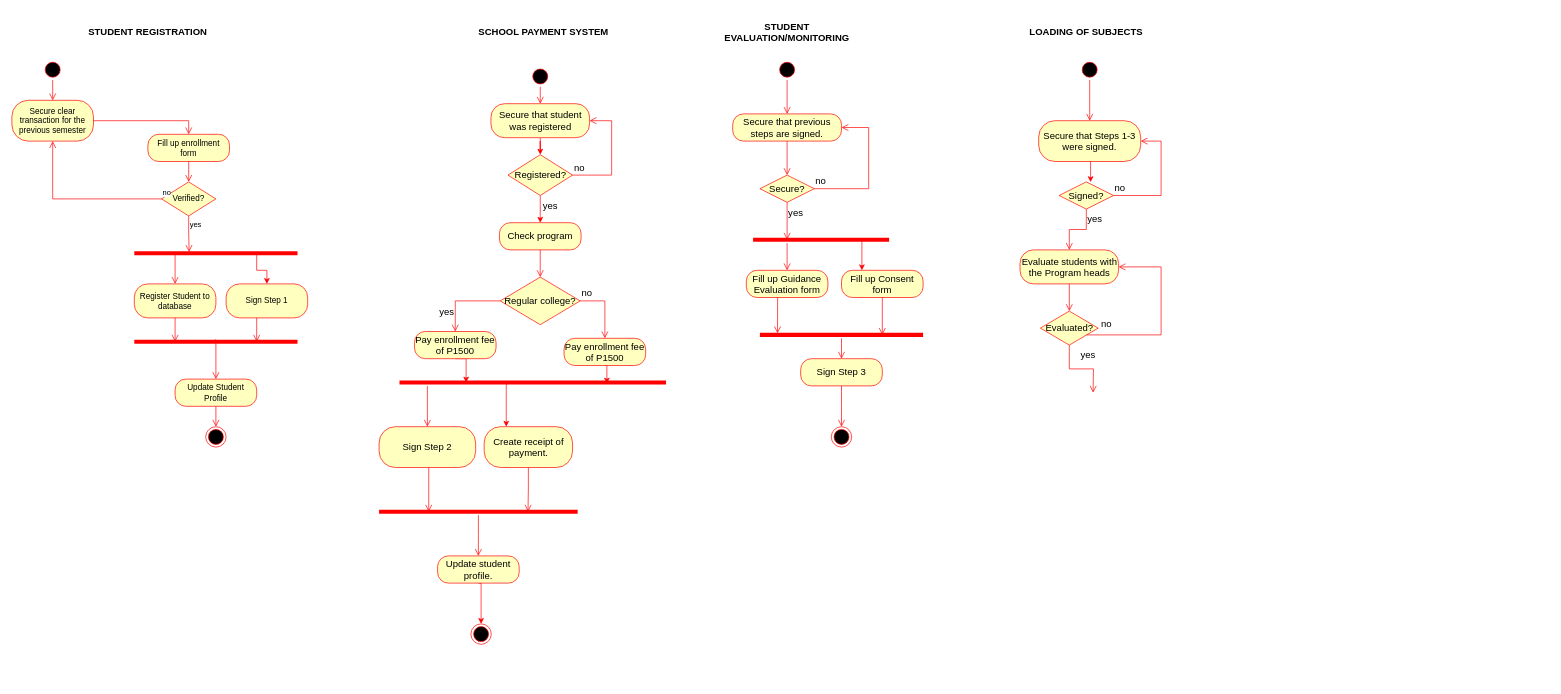
Above: Untitled Diagram.drawio in John-Rey-Pial/Draw-IO (draw.io), before the change. Source tidied: cells renumbered, new cells numbered last; positions are measured from the earlier drawing's top-left corner, leaving out a move shared by most shapes. Both pictures are drawn from the tidied source at 68%, with x=0, y=0 at pixel (12, 12).
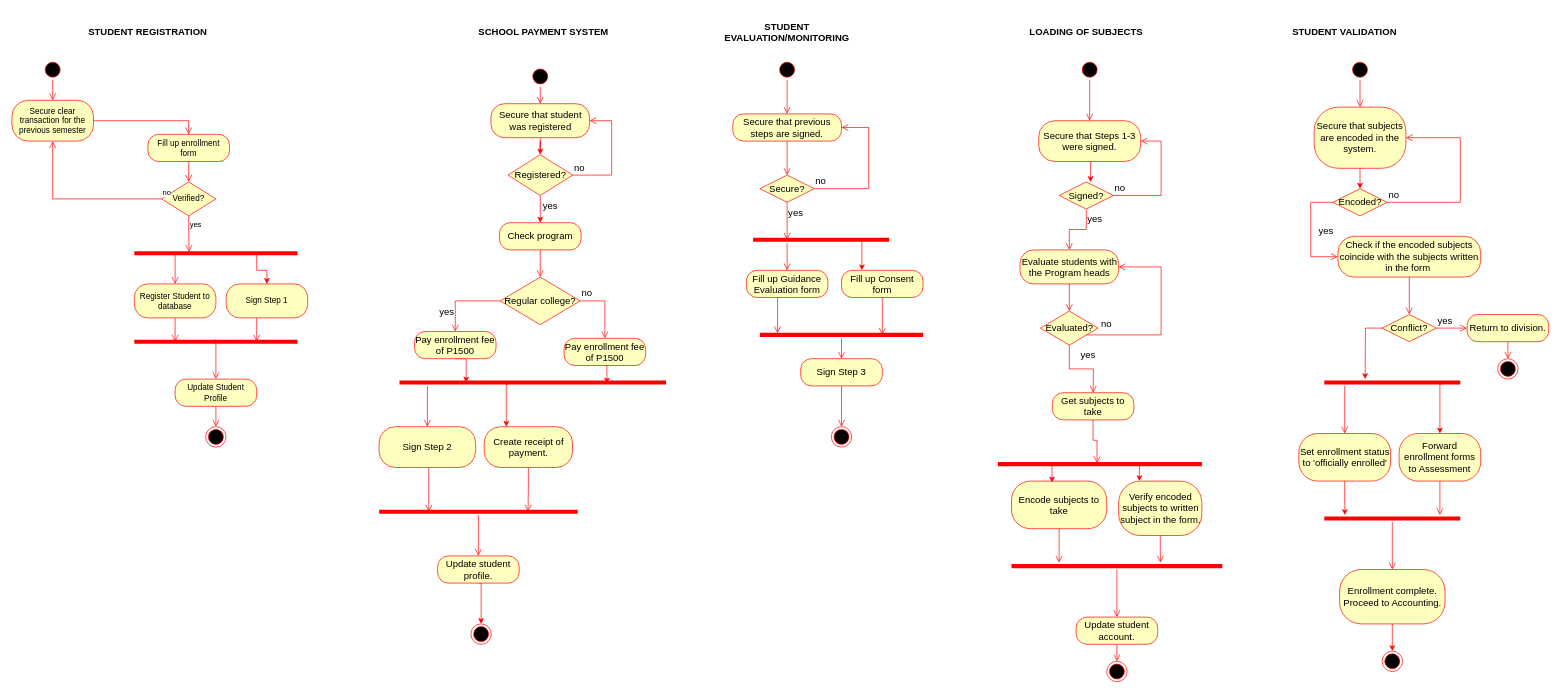
The same diagram, later.

What changed in the source:
```diff
@@
+    <mxCell id="87" value="Get subjects to take" style="rounded=1;whiteSpace=wrap;html=1;arcSize=40;fontColor=#000000;fillColor=#ffffc0;strokeColor=#ff0000;fontSize=14;" parent="1" vertex="1">
+      <mxGeometry x="1530" y="560" width="120" height="40" as="geometry" />
+    </mxCell>
+    <mxCell id="88" style="edgeStyle=orthogonalEdgeStyle;html=1;verticalAlign=bottom;endArrow=open;endSize=8;strokeColor=#ff0000;rounded=0;fontSize=14;entryX=0.486;entryY=0.367;entryDx=0;entryDy=0;entryPerimeter=0;" parent="1" edge="1" source="87" target="93">
+      <mxGeometry relative="1" as="geometry" />
+    </mxCell>
+    <mxCell id="89" value="Encode subjects to take" style="rounded=1;whiteSpace=wrap;html=1;arcSize=40;fontColor=#000000;fillColor=#ffffc0;strokeColor=#ff0000;fontSize=14;" parent="1" vertex="1">
+      <mxGeometry x="1470" y="690" width="140" height="70" as="geometry" />
+    </mxCell>
+    <mxCell id="90" style="edgeStyle=orthogonalEdgeStyle;html=1;verticalAlign=bottom;endArrow=open;endSize=8;strokeColor=#ff0000;rounded=0;fontSize=14;" parent="1" edge="1" source="89">
+      <mxGeometry relative="1" as="geometry">
+        <mxPoint x="1540" y="810" as="targetPoint" />
+      </mxGeometry>
+    </mxCell>
+    <mxCell id="91" style="edgeStyle=orthogonalEdgeStyle;rounded=0;jettySize=auto;html=1;exitX=0.25;exitY=0.5;exitDx=0;exitDy=0;exitPerimeter=0;entryX=0.426;entryY=0.029;entryDx=0;entryDy=0;entryPerimeter=0;fontSize=14;strokeColor=#FF0000;" parent="1" edge="1" source="93" target="89">
+      <mxGeometry relative="1" as="geometry" />
+    </mxCell>
+    <mxCell id="92" style="edgeStyle=orthogonalEdgeStyle;rounded=0;jettySize=auto;html=1;exitX=0.75;exitY=0.5;exitDx=0;exitDy=0;exitPerimeter=0;entryX=0.25;entryY=0;entryDx=0;entryDy=0;fontSize=14;strokeColor=#FF0000;" parent="1" edge="1" source="93" target="94">
+      <mxGeometry relative="1" as="geometry" />
+    </mxCell>
+    <mxCell id="93" style="shape=line;html=1;strokeWidth=6;strokeColor=#ff0000;fontSize=14;" parent="1" vertex="1">
+      <mxGeometry x="1450" y="660" width="300" height="10" as="geometry" />
+    </mxCell>
+    <mxCell id="94" value="Verify encoded subjects to written subject in the form." style="rounded=1;whiteSpace=wrap;html=1;arcSize=40;fontColor=#000000;fillColor=#ffffc0;strokeColor=#ff0000;fontSize=14;" parent="1" vertex="1">
+      <mxGeometry x="1627.5" y="690" width="122.5" height="80" as="geometry" />
+    </mxCell>
+    <mxCell id="95" style="edgeStyle=orthogonalEdgeStyle;html=1;verticalAlign=bottom;endArrow=open;endSize=8;strokeColor=#ff0000;rounded=0;fontSize=14;" parent="1" edge="1" source="94">
+      <mxGeometry relative="1" as="geometry">
+        <mxPoint x="1689" y="810" as="targetPoint" />
+      </mxGeometry>
+    </mxCell>
+    <mxCell id="96" style="shape=line;html=1;strokeWidth=6;strokeColor=#ff0000;fontSize=14;" parent="1" vertex="1">
+      <mxGeometry x="1470" y="810" width="310" height="10" as="geometry" />
+    </mxCell>
+    <mxCell id="97" style="edgeStyle=orthogonalEdgeStyle;html=1;verticalAlign=bottom;endArrow=open;endSize=8;strokeColor=#ff0000;rounded=0;fontSize=14;entryX=0.5;entryY=0;entryDx=0;entryDy=0;" parent="1" edge="1" source="96" target="98">
+      <mxGeometry relative="1" as="geometry" />
+    </mxCell>
+    <mxCell id="98" value="Update student account." style="rounded=1;whiteSpace=wrap;html=1;arcSize=40;fontColor=#000000;fillColor=#ffffc0;strokeColor=#ff0000;fontSize=14;" parent="1" vertex="1">
+      <mxGeometry x="1565" y="890" width="120" height="40" as="geometry" />
+    </mxCell>
+    <mxCell id="99" style="edgeStyle=orthogonalEdgeStyle;html=1;verticalAlign=bottom;endArrow=open;endSize=8;strokeColor=#ff0000;rounded=0;fontSize=14;" parent="1" edge="1" source="98" target="100">
+      <mxGeometry relative="1" as="geometry" />
+    </mxCell>
+    <mxCell id="100" style="ellipse;html=1;shape=endState;fillColor=#000000;strokeColor=#ff0000;fontSize=14;" parent="1" vertex="1">
+      <mxGeometry x="1610" y="955" width="30" height="30" as="geometry" />
+    </mxCell>
+    <mxCell id="101" style="ellipse;html=1;shape=startState;fillColor=#000000;strokeColor=#ff0000;fontSize=14;" parent="1" vertex="1">
+      <mxGeometry x="1967.5" y="70" width="30" height="30" as="geometry" />
+    </mxCell>
+    <mxCell id="102" style="edgeStyle=orthogonalEdgeStyle;html=1;verticalAlign=bottom;endArrow=open;endSize=8;strokeColor=#ff0000;rounded=0;fontSize=14;entryX=0.5;entryY=0;entryDx=0;entryDy=0;" parent="1" edge="1" source="101" target="105">
+      <mxGeometry relative="1" as="geometry" />
+    </mxCell>
+    <mxCell id="103" value="STUDENT VALIDATION" style="text;html=1;strokeColor=none;fillColor=none;align=center;verticalAlign=middle;whiteSpace=wrap;rounded=0;fontSize=14;fontStyle=1;" parent="1" vertex="1">
+      <mxGeometry x="1860" width="200" height="60" as="geometry" />
+    </mxCell>
+    <mxCell id="104" style="edgeStyle=orthogonalEdgeStyle;rounded=0;jettySize=auto;html=1;exitX=0.5;exitY=1;exitDx=0;exitDy=0;entryX=0.5;entryY=0;entryDx=0;entryDy=0;fontSize=14;strokeColor=#FF0000;" parent="1" edge="1" source="105" target="106">
+      <mxGeometry relative="1" as="geometry" />
+    </mxCell>
+    <mxCell id="105" value="Secure that subjects are encoded in the system." style="rounded=1;whiteSpace=wrap;html=1;arcSize=40;fontColor=#000000;fillColor=#ffffc0;strokeColor=#ff0000;fontSize=14;" parent="1" vertex="1">
+      <mxGeometry x="1915" y="140" width="135" height="90" as="geometry" />
+    </mxCell>
+    <mxCell id="106" value="Encoded?" style="rhombus;whiteSpace=wrap;html=1;fillColor=#ffffc0;strokeColor=#ff0000;fontSize=14;" parent="1" vertex="1">
+      <mxGeometry x="1942.5" y="260" width="80" height="40" as="geometry" />
+    </mxCell>
+    <mxCell id="107" value="no" style="edgeStyle=orthogonalEdgeStyle;html=1;align=left;verticalAlign=bottom;endArrow=open;endSize=8;strokeColor=#ff0000;rounded=0;fontSize=14;entryX=1;entryY=0.5;entryDx=0;entryDy=0;" parent="1" edge="1" source="106" target="105">
+      <mxGeometry x="-1" relative="1" as="geometry">
+        <Array as="points">
+          <mxPoint x="2130" y="280" />
+          <mxPoint x="2130" y="185" />
+        </Array>
+      </mxGeometry>
+    </mxCell>
+    <mxCell id="108" value="yes" style="edgeStyle=orthogonalEdgeStyle;html=1;align=left;verticalAlign=top;endArrow=open;endSize=8;strokeColor=#ff0000;rounded=0;fontSize=14;entryX=0;entryY=0.5;entryDx=0;entryDy=0;" parent="1" edge="1" source="106" target="109">
+      <mxGeometry x="-0.23" y="10" relative="1" as="geometry">
+        <Array as="points">
+          <mxPoint x="1910" y="280" />
+          <mxPoint x="1910" y="360" />
+        </Array>
+      </mxGeometry>
+    </mxCell>
+    <mxCell id="109" value="Check if the encoded subjects coincide with the subjects written in the form&amp;nbsp;" style="rounded=1;whiteSpace=wrap;html=1;arcSize=40;fontColor=#000000;fillColor=#ffffc0;strokeColor=#ff0000;fontSize=14;" parent="1" vertex="1">
+      <mxGeometry x="1950" y="330" width="210" height="60" as="geometry" />
+    </mxCell>
+    <mxCell id="110" style="edgeStyle=orthogonalEdgeStyle;html=1;verticalAlign=bottom;endArrow=open;endSize=8;strokeColor=#ff0000;rounded=0;fontSize=14;entryX=0.5;entryY=0;entryDx=0;entryDy=0;" parent="1" edge="1" source="109" target="112">
+      <mxGeometry relative="1" as="geometry" />
+    </mxCell>
+    <mxCell id="111" style="edgeStyle=orthogonalEdgeStyle;rounded=0;jettySize=auto;html=1;exitX=0;exitY=0.5;exitDx=0;exitDy=0;fontSize=14;strokeColor=#FF0000;" parent="1" edge="1" source="112">
+      <mxGeometry relative="1" as="geometry">
+        <mxPoint x="1990" y="540" as="targetPoint" />
+      </mxGeometry>
+    </mxCell>
+    <mxCell id="112" value="Conflict?" style="rhombus;whiteSpace=wrap;html=1;fillColor=#ffffc0;strokeColor=#ff0000;fontSize=14;" parent="1" vertex="1">
+      <mxGeometry x="2015" y="445" width="80" height="40" as="geometry" />
+    </mxCell>
+    <mxCell id="113" value="yes" style="edgeStyle=orthogonalEdgeStyle;html=1;align=left;verticalAlign=bottom;endArrow=open;endSize=8;strokeColor=#ff0000;rounded=0;fontSize=14;entryX=0;entryY=0.5;entryDx=0;entryDy=0;" parent="1" edge="1" source="112" target="114">
+      <mxGeometry x="-1" relative="1" as="geometry" />
+    </mxCell>
+    <mxCell id="114" value="Return to division." style="rounded=1;whiteSpace=wrap;html=1;arcSize=40;fontColor=#000000;fillColor=#ffffc0;strokeColor=#ff0000;fontSize=14;" parent="1" vertex="1">
+      <mxGeometry x="2140" y="445" width="120" height="40" as="geometry" />
+    </mxCell>
+    <mxCell id="115" style="edgeStyle=orthogonalEdgeStyle;html=1;verticalAlign=bottom;endArrow=open;endSize=8;strokeColor=#ff0000;rounded=0;fontSize=14;" parent="1" edge="1" source="114">
+      <mxGeometry relative="1" as="geometry">
+        <mxPoint x="2200" y="510" as="targetPoint" />
+      </mxGeometry>
+    </mxCell>
+    <mxCell id="116" style="ellipse;html=1;shape=endState;fillColor=#000000;strokeColor=#ff0000;fontSize=14;" parent="1" vertex="1">
+      <mxGeometry x="2185" y="510" width="30" height="30" as="geometry" />
+    </mxCell>
+    <mxCell id="117" style="edgeStyle=orthogonalEdgeStyle;rounded=0;jettySize=auto;html=1;exitX=0.75;exitY=0.5;exitDx=0;exitDy=0;exitPerimeter=0;entryX=0.5;entryY=0;entryDx=0;entryDy=0;fontSize=14;strokeColor=#FF0000;" parent="1" edge="1" source="118" target="122">
+      <mxGeometry relative="1" as="geometry">
+        <Array as="points">
+          <mxPoint x="2100" y="545" />
+        </Array>
+      </mxGeometry>
+    </mxCell>
+    <mxCell id="118" style="shape=line;html=1;strokeWidth=6;strokeColor=#ff0000;fontSize=14;" parent="1" vertex="1">
+      <mxGeometry x="1930" y="540" width="200" height="10" as="geometry" />
+    </mxCell>
+    <mxCell id="119" style="edgeStyle=orthogonalEdgeStyle;html=1;verticalAlign=bottom;endArrow=open;endSize=8;strokeColor=#ff0000;rounded=0;fontSize=14;entryX=0.5;entryY=0;entryDx=0;entryDy=0;" parent="1" edge="1" source="118" target="121">
+      <mxGeometry relative="1" as="geometry">
+        <Array as="points">
+          <mxPoint x="1960" y="570" />
+          <mxPoint x="1960" y="570" />
+        </Array>
+      </mxGeometry>
+    </mxCell>
+    <mxCell id="120" style="edgeStyle=orthogonalEdgeStyle;rounded=0;jettySize=auto;html=1;exitX=0.5;exitY=1;exitDx=0;exitDy=0;fontSize=14;strokeColor=#FF0000;" parent="1" edge="1" source="121">
+      <mxGeometry relative="1" as="geometry">
+        <mxPoint x="1960.2" y="740" as="targetPoint" />
+      </mxGeometry>
+    </mxCell>
+    <mxCell id="121" value="Set enrollment status to 'officially enrolled'" style="rounded=1;whiteSpace=wrap;html=1;arcSize=40;fontColor=#000000;fillColor=#ffffc0;strokeColor=#ff0000;fontSize=14;" parent="1" vertex="1">
+      <mxGeometry x="1892.5" y="620" width="135" height="70" as="geometry" />
+    </mxCell>
+    <mxCell id="122" value="Forward enrollment forms to Assessment" style="rounded=1;whiteSpace=wrap;html=1;arcSize=40;fontColor=#000000;fillColor=#ffffc0;strokeColor=#ff0000;fontSize=14;" parent="1" vertex="1">
+      <mxGeometry x="2040" y="620" width="120" height="70" as="geometry" />
+    </mxCell>
+    <mxCell id="123" style="edgeStyle=orthogonalEdgeStyle;html=1;verticalAlign=bottom;endArrow=open;endSize=8;strokeColor=#ff0000;rounded=0;fontSize=14;" parent="1" edge="1" source="122">
+      <mxGeometry relative="1" as="geometry">
+        <mxPoint x="2100" y="740" as="targetPoint" />
+      </mxGeometry>
+    </mxCell>
+    <mxCell id="124" style="shape=line;html=1;strokeWidth=6;strokeColor=#ff0000;fontSize=14;" parent="1" vertex="1">
+      <mxGeometry x="1930" y="740" width="200" height="10" as="geometry" />
+    </mxCell>
+    <mxCell id="125" style="edgeStyle=orthogonalEdgeStyle;html=1;verticalAlign=bottom;endArrow=open;endSize=8;strokeColor=#ff0000;rounded=0;fontSize=14;" parent="1" edge="1" source="124">
+      <mxGeometry relative="1" as="geometry">
+        <mxPoint x="2030" y="820" as="targetPoint" />
+      </mxGeometry>
+    </mxCell>
+    <mxCell id="126" style="edgeStyle=orthogonalEdgeStyle;rounded=0;jettySize=auto;html=1;exitX=0.5;exitY=1;exitDx=0;exitDy=0;entryX=0.5;entryY=0;entryDx=0;entryDy=0;fontSize=14;strokeColor=#FF0000;" parent="1" edge="1" source="127" target="128">
+      <mxGeometry relative="1" as="geometry" />
+    </mxCell>
+    <mxCell id="127" value="Enrollment complete. Proceed to Accounting." style="rounded=1;whiteSpace=wrap;html=1;arcSize=40;fontColor=#000000;fillColor=#ffffc0;strokeColor=#ff0000;fontSize=14;" parent="1" vertex="1">
+      <mxGeometry x="1952.5" y="820" width="155" height="80" as="geometry" />
+    </mxCell>
+    <mxCell id="128" style="ellipse;html=1;shape=endState;fillColor=#000000;strokeColor=#ff0000;fontSize=14;" parent="1" vertex="1">
+      <mxGeometry x="2015" y="940" width="30" height="30" as="geometry" />
+    </mxCell>
```
